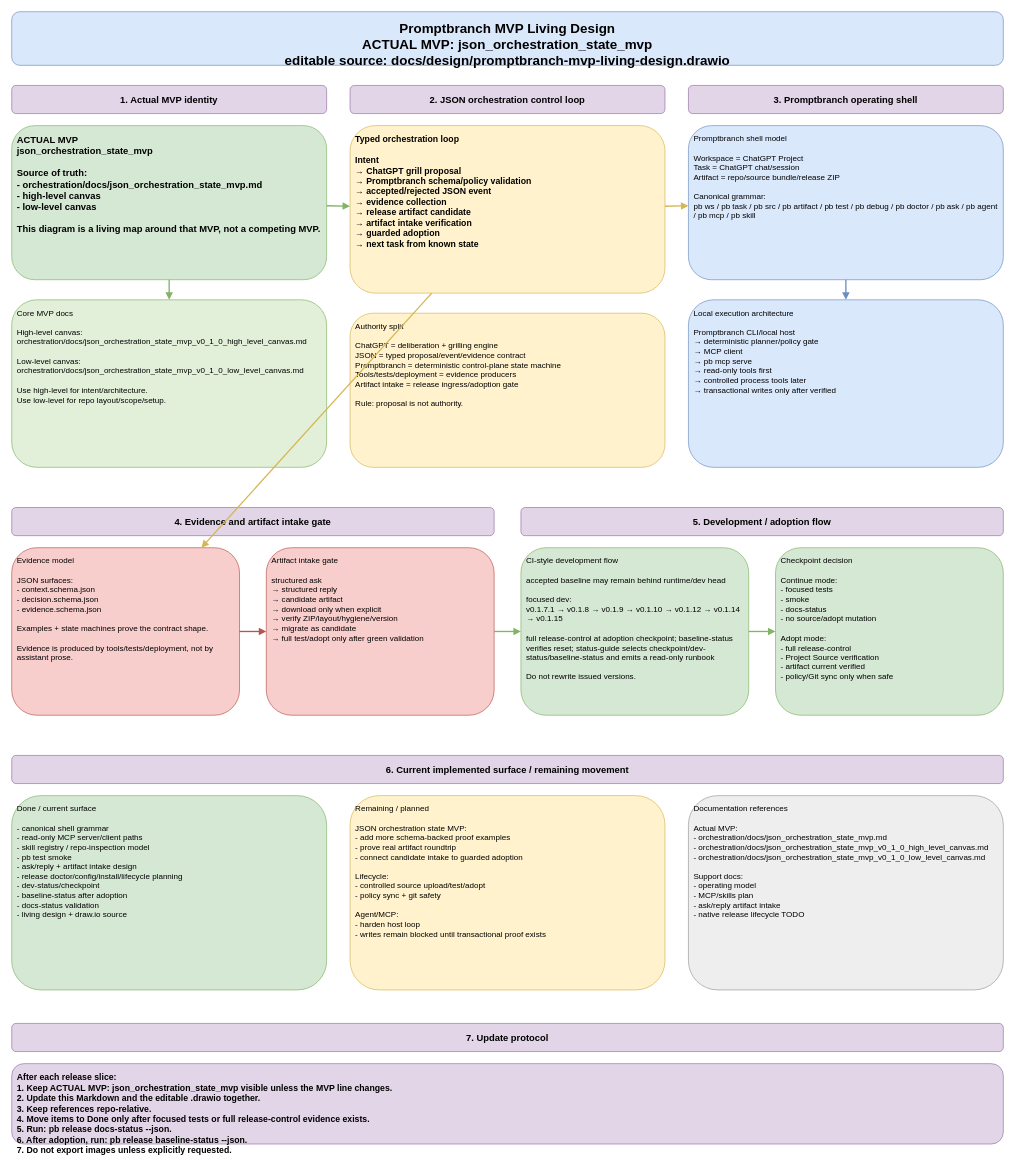
spikkie/promptbranch keeps this draw.io diagram as docs/design/promptbranch-mvp-living-design.drawio. Above is the earlier version. Source tidied: cells renumbered, new cells numbered last; positions are measured from the earlier drawing's top-left corner, leaving out a move shared by most shapes. Both pictures are drawn from the tidied source at 67%, with x=0, y=0 at pixel (11, 11).
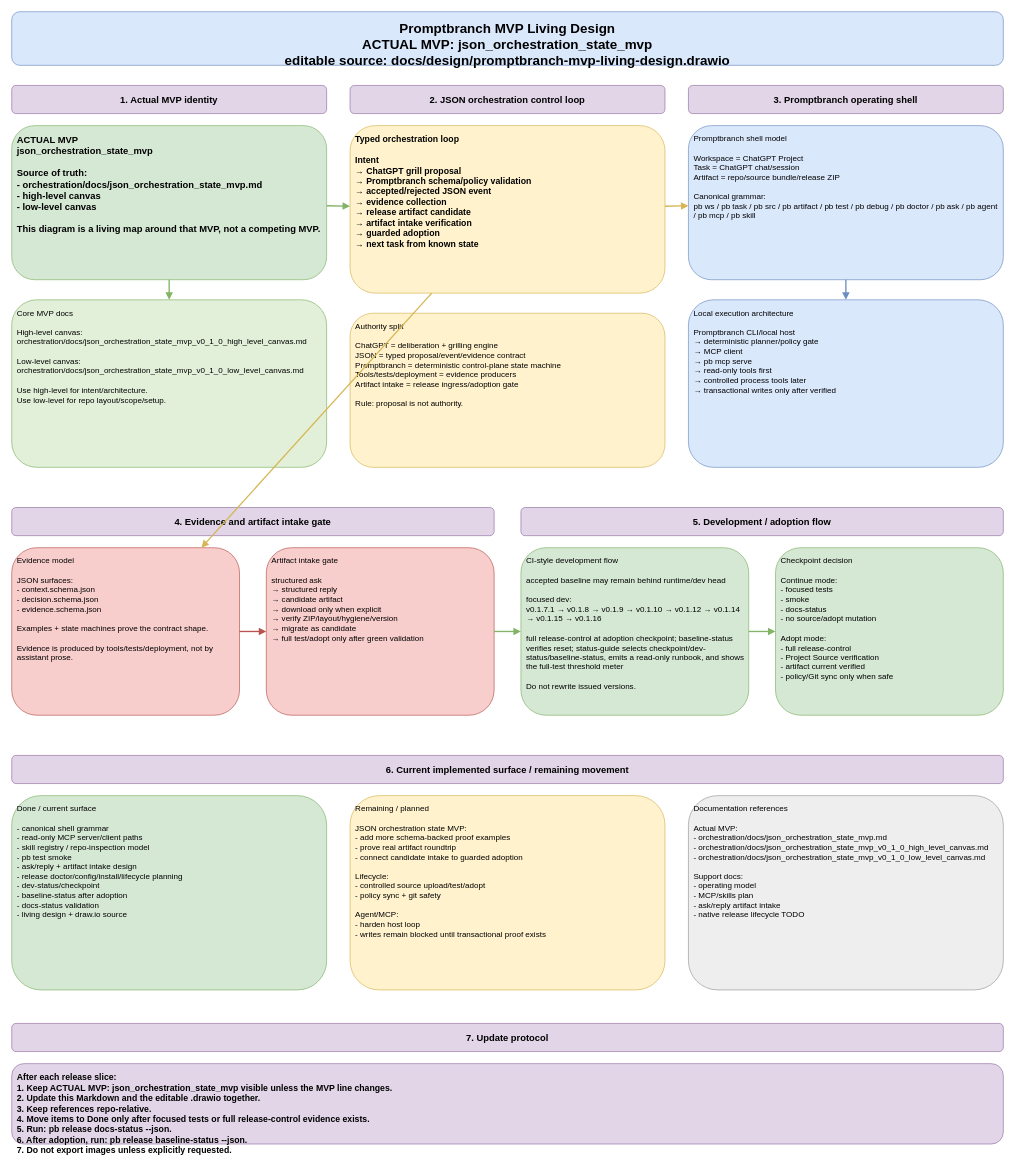
After the change.

Change to the diagram source:
```diff
@@
-    <mxCell id="20" value="CI-style development flow&#10;&#10;accepted baseline may remain behind runtime/dev head&#10;&#10;focused dev:&#10;v0.1.7.1 → v0.1.8 → v0.1.9 → v0.1.10 → v0.1.12 → v0.1.14 → v0.1.15&#10;&#10;full release-control at adoption checkpoint; baseline-status verifies reset; status-guide selects checkpoint/dev-status/baseline-status and emits a read-only runbook&#10;&#10;Do not rewrite issued versions." style="rounded=1;whiteSpace=wrap;html=1;fillColor=#d5e8d4;strokeColor=#82b366;fontSize=12;align=left;verticalAlign=top;spacing=8;" parent="1" vertex="1">
+    <mxCell id="20" value="CI-style development flow&#10;&#10;accepted baseline may remain behind runtime/dev head&#10;&#10;focused dev:&#10;v0.1.7.1 → v0.1.8 → v0.1.9 → v0.1.10 → v0.1.12 → v0.1.14 → v0.1.15 → v0.1.16&#10;&#10;full release-control at adoption checkpoint; baseline-status verifies reset; status-guide selects checkpoint/dev-status/baseline-status, emits a read-only runbook, and shows the full-test threshold meter&#10;&#10;Do not rewrite issued versions." style="rounded=1;whiteSpace=wrap;html=1;fillColor=#d5e8d4;strokeColor=#82b366;fontSize=12;align=left;verticalAlign=top;spacing=8;" parent="1" vertex="1">
       <mxGeometry x="760" y="800" width="340" height="250" as="geometry" />
     </mxCell>
```
